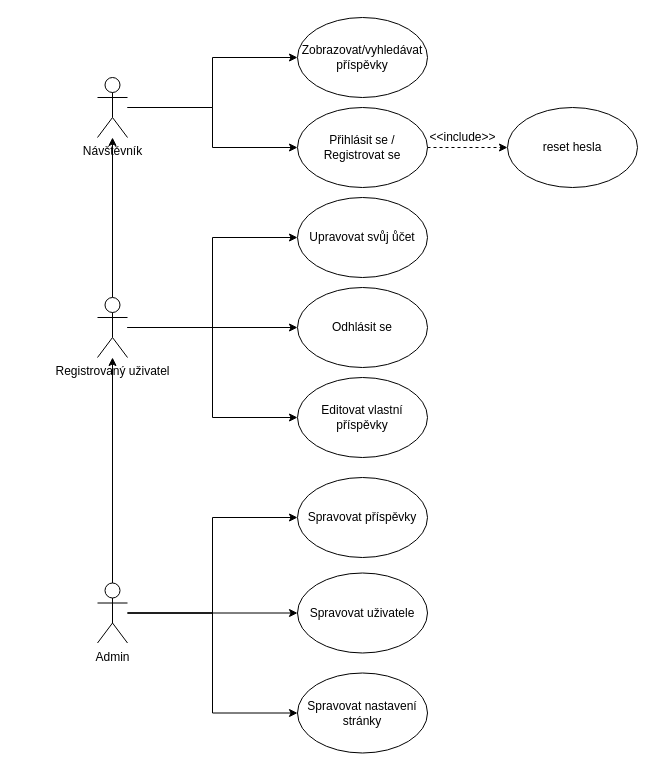
The draw.io diagram fumblr_useCase.drawio in Danei1/drawRepo, before the edit. Source tidied: cells renumbered, new cells numbered last; positions are measured from the earlier drawing's top-left corner, leaving out a move shared by most shapes. Both pictures are drawn from the tidied source at 100%, with x=0, y=0 at pixel (97, 17).
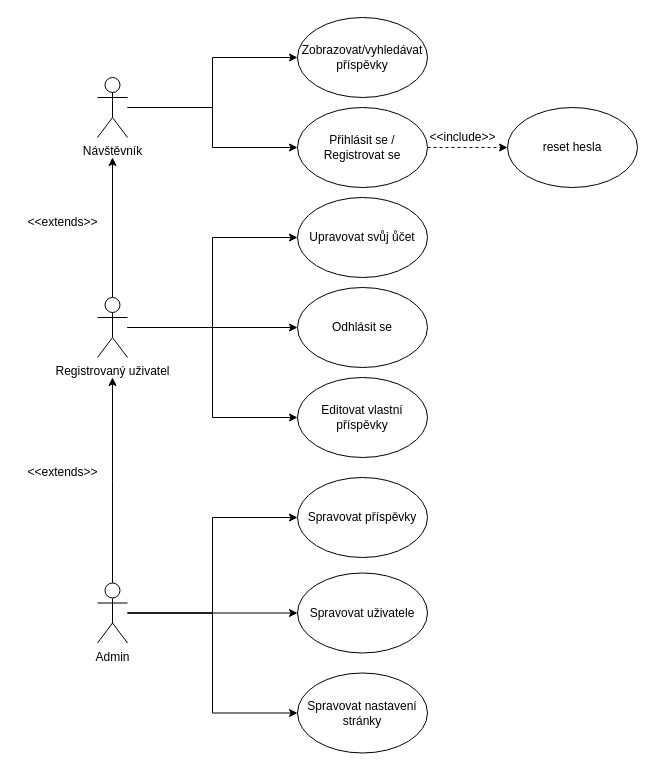
The same page after the edit.

The change refers to these unchanged cells:
```xml
<mxCell id="6" value="Registrovaný uživatel" style="shape=umlActor;verticalLabelPosition=bottom;verticalAlign=top;html=1;outlineConnect=0;" parent="1" vertex="1">
  <mxGeometry y="280" width="30" height="60" as="geometry" />
</mxCell>
<mxCell id="11" value="Admin" style="shape=umlActor;verticalLabelPosition=bottom;verticalAlign=top;html=1;outlineConnect=0;" parent="1" vertex="1">
  <mxGeometry y="565.5" width="30" height="60" as="geometry" />
</mxCell>
<mxCell id="17" value="Návštěvník" style="shape=umlActor;verticalLabelPosition=bottom;verticalAlign=top;html=1;outlineConnect=0;" parent="1" vertex="1">
  <mxGeometry y="60" width="30" height="60" as="geometry" />
</mxCell>
```

Diff of the diagram source:
```diff
@@
-    <mxCell id="2" style="edgeStyle=orthogonalEdgeStyle;rounded=0;jettySize=auto;html=1;" parent="1" edge="1" source="6" target="17">
-      <mxGeometry relative="1" as="geometry" />
+    <mxCell id="2" style="edgeStyle=orthogonalEdgeStyle;rounded=0;jettySize=auto;html=1;" parent="1" edge="1" source="6">
+      <mxGeometry relative="1" as="geometry">
+        <mxPoint x="15" y="140" as="targetPoint" />
+      </mxGeometry>
     </mxCell>
@@
-    <mxCell id="7" style="edgeStyle=orthogonalEdgeStyle;rounded=0;jettySize=auto;html=1;" parent="1" edge="1" source="11" target="6">
-      <mxGeometry relative="1" as="geometry" />
+    <mxCell id="7" style="edgeStyle=orthogonalEdgeStyle;rounded=0;jettySize=auto;html=1;" parent="1" edge="1" source="11">
+      <mxGeometry relative="1" as="geometry">
+        <mxPoint x="15" y="360" as="targetPoint" />
+      </mxGeometry>
     </mxCell>
@@
+    <mxCell id="26" value="&amp;lt;&amp;lt;extends&amp;gt;&amp;gt;&lt;br&gt;" style="text;html=1;align=center;verticalAlign=middle;strokeColor=none;fillColor=none;" parent="1" vertex="1">
+      <mxGeometry x="-80" y="190" width="90" height="30" as="geometry" />
+    </mxCell>
+    <mxCell id="27" value="&amp;lt;&amp;lt;extends&amp;gt;&amp;gt;&lt;br&gt;" style="text;html=1;align=center;verticalAlign=middle;strokeColor=none;fillColor=none;" parent="1" vertex="1">
+      <mxGeometry x="-80" y="440" width="90" height="30" as="geometry" />
+    </mxCell>
```
